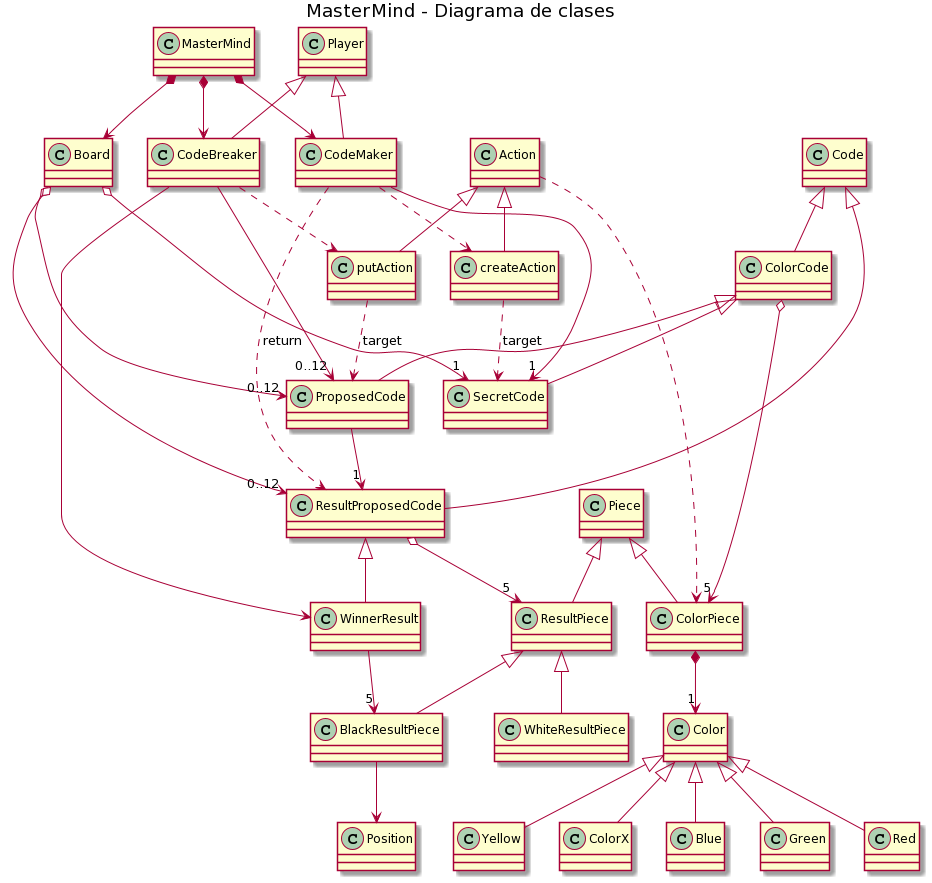
Before: out/plantuml/class/MasterMind.png, a diagram exported from PlantUML (Master-Desarrollo-20-21/modelo-dominio-mastermind).
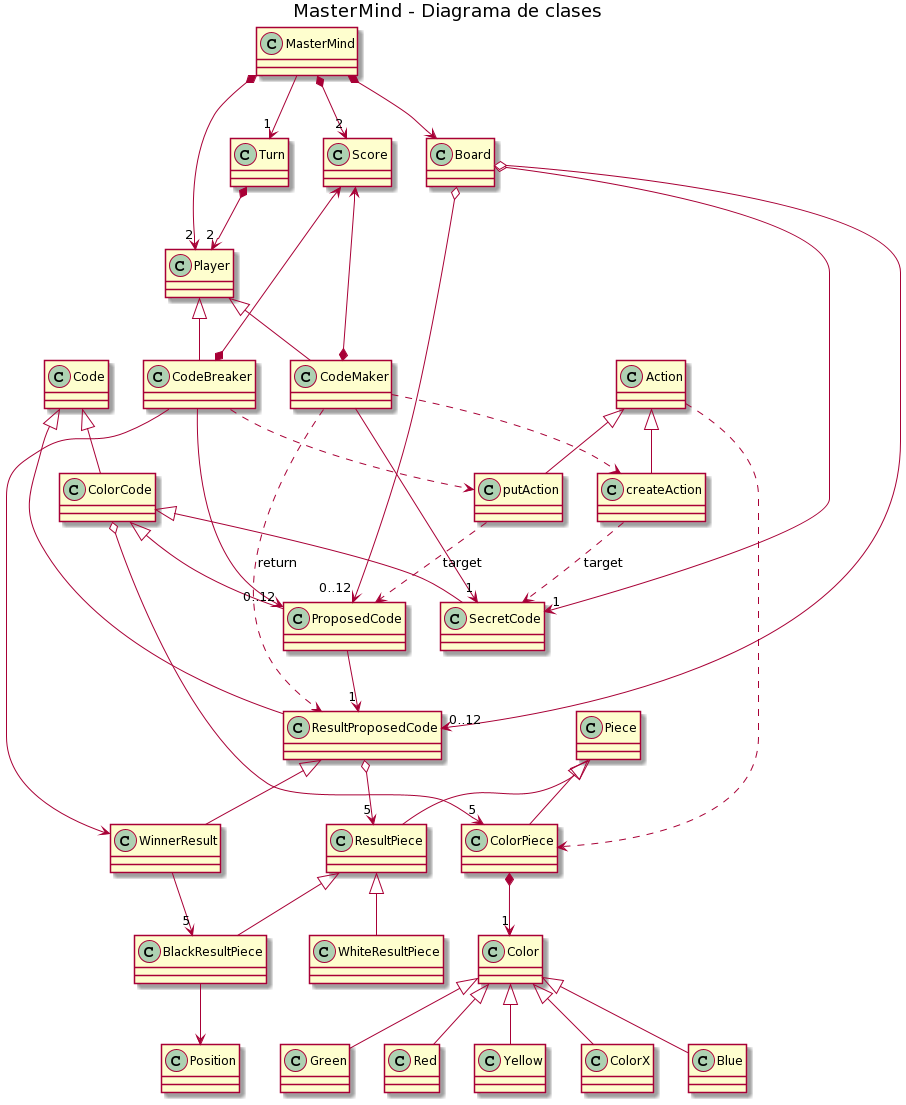
The same diagram one commit later.

Diff of the diagram source:
```diff
@@ -5,10 +5,16 @@
 
 together {
     class Board
+    class Turn
+    class Score
+}
+class Player
+
+together {
     class CodeMaker
     class CodeBreaker
+    class Code
 }
-class Player
 class Piece
 together {
     class ColorPiece
@@ -30,13 +36,18 @@
 class WhiteResultPiece
 class WinnerResult
 class Color
-class Code
+
 class ColorCode
 class Position
 
 MasterMind *--> Board
-MasterMind *--> CodeMaker
-MasterMind *--> CodeBreaker
+MasterMind --> "1" Turn
+MasterMind *--> "2" Player
+MasterMind *--> "2" Score
+Turn *--> "2" Player
+
+Score <--* CodeMaker
+Score <--* CodeBreaker
 
 Code ^-- ColorCode
 Code ^-- ResultProposedCode
```
